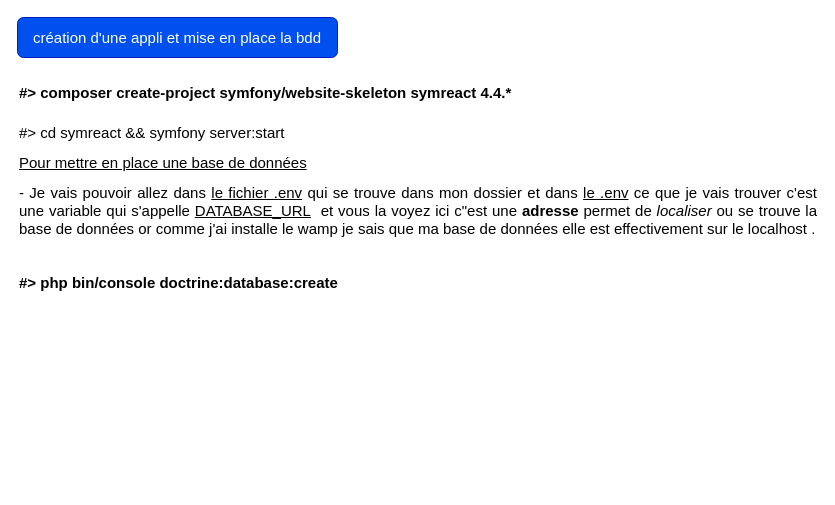
Earlier version of the draw.io diagram page "Mise en place l'app , les entities, et des fixtures" (2 of 2) of symfony_4_api_platform.drawio (JihedGo/symfony-4-api-platform). Source tidied: cells renumbered, new cells numbered last; positions are measured from the earlier drawing's top-left corner, leaving out a move shared by most shapes. Both pictures are drawn from the tidied source at 100%, with x=0, y=0 at pixel (17, 17).
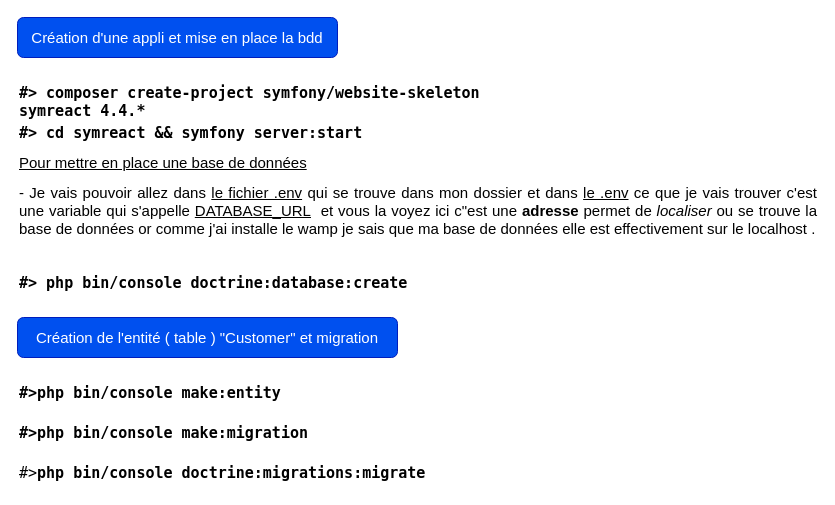
The same page after the edit.

Commit message (it also covers changes not shown here):
create the customer entity and migrate it

What changed in the source:
```diff
@@
 <mxGraphModel>
   <root>
     <mxCell id="0" />
     <mxCell id="1" parent="0" />
-    <mxCell id="2" value="création d'une appli et mise en place la bdd" style="rounded=1;whiteSpace=wrap;html=1;fontSize=15;fillColor=#0050ef;strokeColor=#001DBC;fontColor=#ffffff;" parent="1" vertex="1">
+    <mxCell id="2" value="Création d'une appli et mise en place la bdd" style="rounded=1;whiteSpace=wrap;html=1;fontSize=15;fillColor=#0050ef;strokeColor=#001DBC;fontColor=#ffffff;" parent="1" vertex="1">
       <mxGeometry width="320" height="40" as="geometry" />
     </mxCell>
-    <mxCell id="3" value="#&amp;gt; composer create-project symfony/website-skeleton symreact 4.4.*" style="text;whiteSpace=wrap;html=1;fontSize=15;fontStyle=1;" parent="1" vertex="1">
+    <mxCell id="3" value="#&amp;gt; composer create-project symfony/website-skeleton symreact 4.4.*" style="text;whiteSpace=wrap;html=1;fontSize=15;fontStyle=1;fontFamily=Lucida Console;" parent="1" vertex="1">
       <mxGeometry y="60" width="500" height="30" as="geometry" />
     </mxCell>
-    <mxCell id="4" value="#&amp;gt; cd symreact &amp;amp;&amp;amp; symfony server:start" style="text;whiteSpace=wrap;html=1;fontSize=15;" parent="1" vertex="1">
+    <mxCell id="4" value="#&amp;gt; cd symreact &amp;amp;&amp;amp; symfony server:start" style="text;whiteSpace=wrap;html=1;fontSize=15;fontStyle=1;fontFamily=Lucida Console;" parent="1" vertex="1">
       <mxGeometry y="100" width="480" height="30" as="geometry" />
     </mxCell>
     <mxCell id="5" value="Pour mettre en place une base de données" style="text;whiteSpace=wrap;html=1;fontSize=15;fontStyle=4;" parent="1" vertex="1">
       <mxGeometry y="130" width="480" height="30" as="geometry" />
     </mxCell>
     <mxCell id="6" value="&lt;div style=&quot;text-align: justify&quot;&gt;- Je vais pouvoir allez dans &lt;u&gt;le fichier .env&lt;/u&gt; qui se trouve dans mon dossier et dans &lt;u&gt;le .env&lt;/u&gt; ce que je vais trouver c'est une variable qui s'appelle &lt;u&gt;DATABASE_URL&lt;/u&gt;&amp;nbsp; et vous la voyez ici c&quot;est une &lt;b&gt;adresse&lt;/b&gt; permet de &lt;i&gt;localiser&lt;/i&gt; ou se trouve la base de données or comme j'ai installe le wamp je sais que ma base de données elle est effectivement sur le localhost .&lt;/div&gt;" style="text;whiteSpace=wrap;html=1;fontSize=15;" parent="1" vertex="1">
       <mxGeometry y="160" width="800" height="80" as="geometry" />
     </mxCell>
-    <mxCell id="7" value="#&amp;gt; php bin/console doctrine:database:create" style="text;whiteSpace=wrap;html=1;fontSize=15;fontStyle=1;" parent="1" vertex="1">
+    <mxCell id="7" value="#&amp;gt; php bin/console doctrine:database:create" style="text;whiteSpace=wrap;html=1;fontSize=15;fontStyle=1;fontFamily=Lucida Console;" parent="1" vertex="1">
       <mxGeometry y="250" width="480" height="30" as="geometry" />
     </mxCell>
+    <mxCell id="8" value="Création de l'entité ( table ) &quot;Customer&quot; et migration" style="rounded=1;whiteSpace=wrap;html=1;fontSize=15;fillColor=#0050ef;strokeColor=#001DBC;fontColor=#ffffff;" parent="1" vertex="1">
+      <mxGeometry y="300" width="380" height="40" as="geometry" />
+    </mxCell>
+    <mxCell id="9" value="#&amp;gt;&lt;span&gt;php bin/console make:entity&lt;br&gt;&lt;/span&gt;" style="text;whiteSpace=wrap;html=1;fontSize=15;fontStyle=1;fontFamily=Lucida Console;" parent="1" vertex="1">
+      <mxGeometry y="360" width="480" height="30" as="geometry" />
+    </mxCell>
+    <mxCell id="10" value="#&amp;gt;&lt;span&gt;php bin/console make:migration&lt;br&gt;&lt;br&gt;&lt;/span&gt;" style="text;whiteSpace=wrap;html=1;fontSize=15;fontStyle=1;fontFamily=Lucida Console;" parent="1" vertex="1">
+      <mxGeometry y="400" width="480" height="30" as="geometry" />
+    </mxCell>
+    <mxCell id="11" value="&lt;span style=&quot;font-weight: 400&quot;&gt;#&amp;gt;&lt;/span&gt;php bin/console doctrine:migrations:migrate" style="text;whiteSpace=wrap;html=1;fontSize=15;fontStyle=1;fontFamily=Lucida Console;" parent="1" vertex="1">
+      <mxGeometry y="440" width="480" height="30" as="geometry" />
+    </mxCell>
   </root>
 </mxGraphModel>
```
